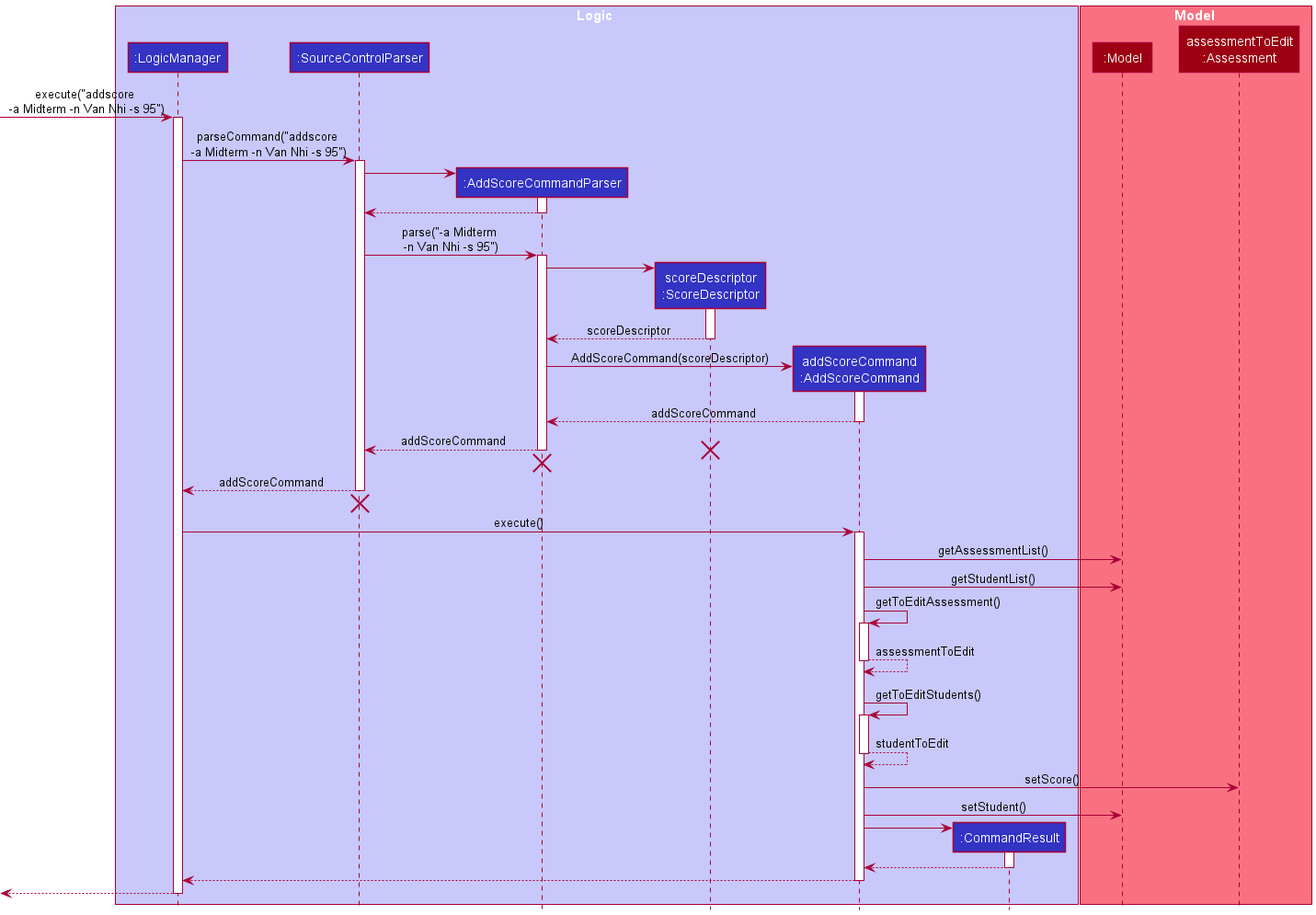
Before: docs/images/AddScoreSequenceDiagram.png, a diagram exported from PlantUML (nus-cs2103-AY2122S1/tp).
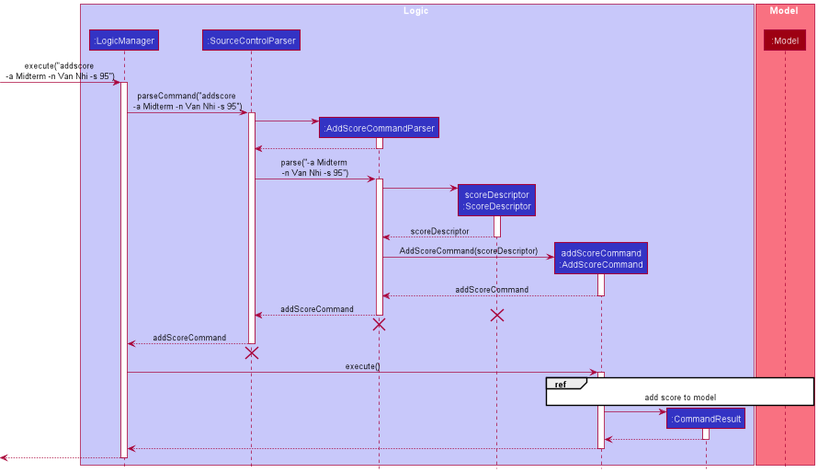
After the commit.

Commit message:
Make sequence diagrams bigger

Diff of the diagram source:
```diff
@@ -12,7 +12,6 @@
 
 box Model MODEL_COLOR_T1
 participant ":Model" as Model MODEL_COLOR
-participant "assessmentToEdit\n:Assessment" MODEL_COLOR
 end box
 
 [-> LogicManager : execute("addscore \n-a Midterm -n Van Nhi -s 95")
@@ -63,25 +62,7 @@
 LogicManager -> AddScoreCommand : execute()
 activate AddScoreCommand
 
-AddScoreCommand -> Model : getAssessmentList()
-AddScoreCommand -> Model : getStudentList()
-
-AddScoreCommand -> AddScoreCommand : getToEditAssessment()
-activate AddScoreCommand
-
-AddScoreCommand --> AddScoreCommand : assessmentToEdit
-deactivate AddScoreCommand
-
-Model -[hidden]->
-
-AddScoreCommand -> AddScoreCommand : getToEditStudents()
-activate AddScoreCommand
-
-AddScoreCommand --> AddScoreCommand : studentToEdit
-deactivate AddScoreCommand
-
-AddScoreCommand -> "assessmentToEdit\n:Assessment" : setScore()
-AddScoreCommand -> Model : setStudent()
+ref over AddScoreCommand, Model : add score to model
 
 create CommandResult
 AddScoreCommand -> CommandResult
```
